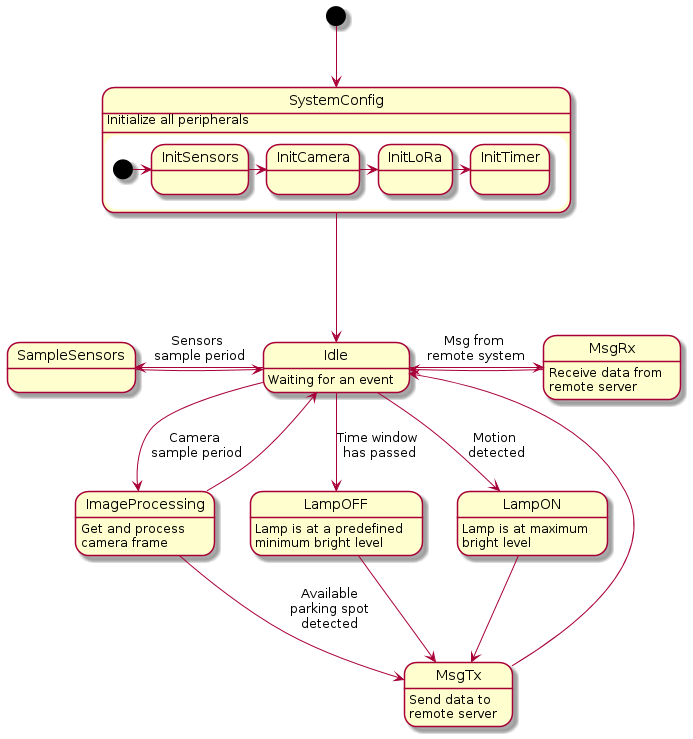
The PlantUML diagram project/report/images/04local_system/LS_StateChart.png in ESRGgroup9/slipad, before a commit.
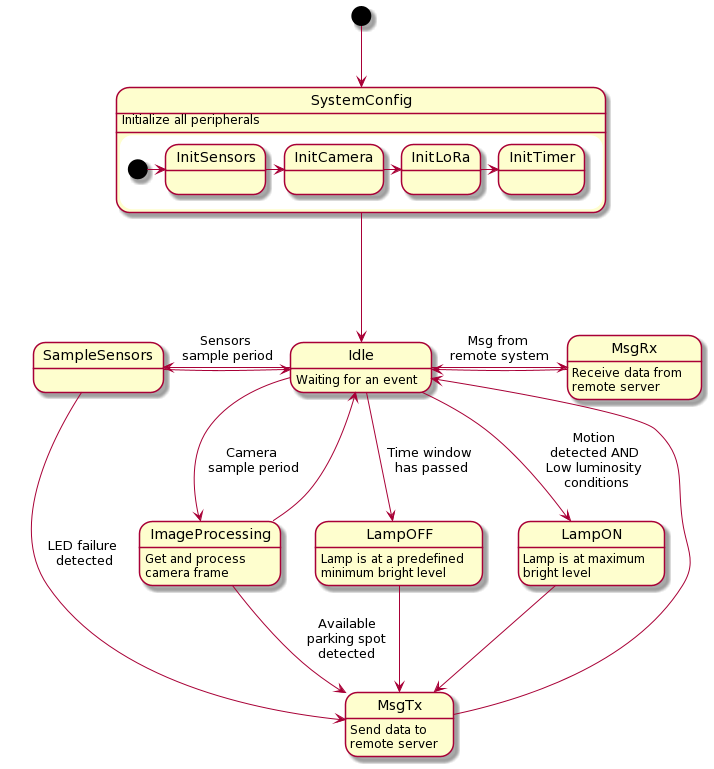
The same file after the commit.

Commit message:
LS seq diagram - data acquisition

What changed in the source:
```diff
@@ -10,7 +10,7 @@
 
 SystemConfig ---> Idle
 Idle --> LampOFF : Time window \nhas passed
-Idle --> LampON : Motion \ndetected
+Idle --> LampON : Motion \ndetected AND \nLow luminosity \nconditions
 Idle -left-> SampleSensors : Sensors \nsample period
 Idle -right-> MsgRx : Msg from \nremote system
 
@@ -23,7 +23,7 @@
 MsgRx -> Idle
 MsgTx --> Idle
 SampleSensors -> Idle
-
+SampleSensors ---> MsgTx : LED failure \ndetected
 ImageProcessing -> Idle
 
 
```
